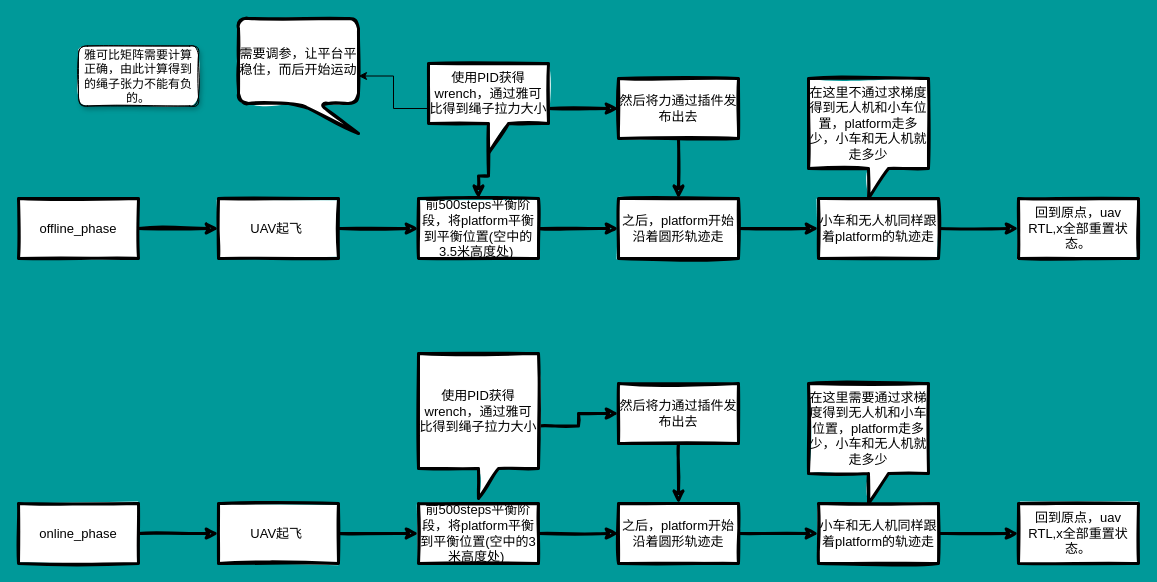
CHH3213/diagrams_flow-chart keeps this draw.io diagram as plan_cdpr.drawio. Above is the earlier version. Source tidied: cells renumbered, new cells numbered last; positions are measured from the earlier drawing's top-left corner, leaving out a move shared by most shapes. Both pictures are drawn from the tidied source at 100%, with x=0, y=0 at pixel (18, 18).
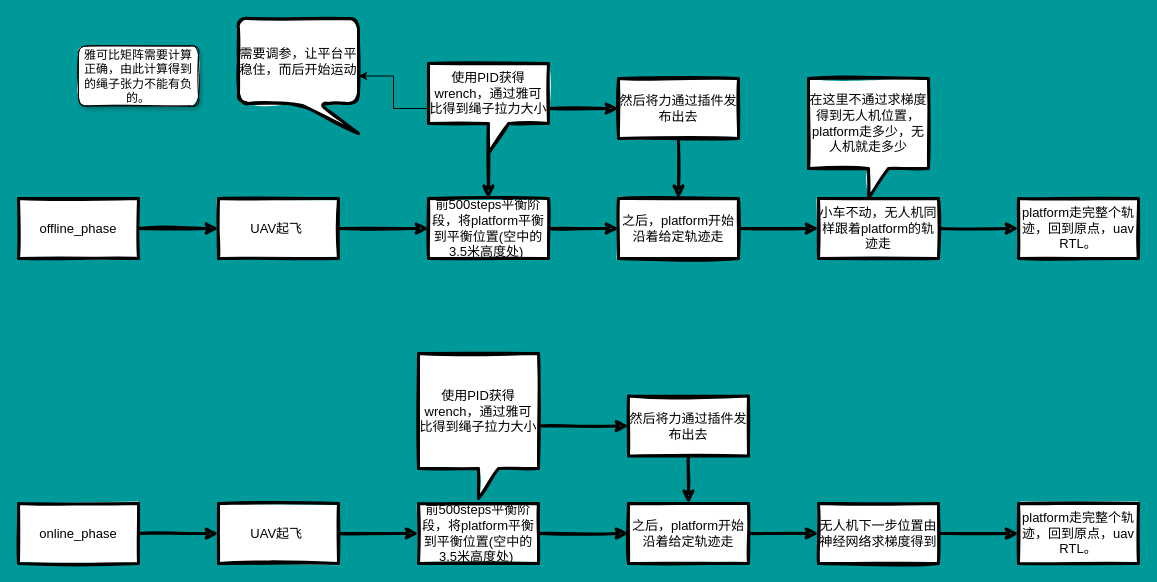
After the change.

Diff of the diagram source:
```diff
@@
     <mxCell id="7" value="前500steps平衡阶段，将platform平衡到平衡位置(空中的3.5米高度处)&lt;span style=&quot;white-space: pre ; font-size: 13px&quot;&gt; &lt;/span&gt;" style="whiteSpace=wrap;html=1;sketch=1;strokeWidth=3;fontSize=13;" parent="1" vertex="1">
-      <mxGeometry x="400" y="180" width="120" height="60" as="geometry" />
+      <mxGeometry x="410" y="180" width="120" height="60" as="geometry" />
     </mxCell>
@@
-    <mxCell id="9" value="之后，platform开始沿着圆形轨迹走" style="whiteSpace=wrap;html=1;sketch=1;strokeWidth=3;fontSize=13;" parent="1" vertex="1">
+    <mxCell id="9" value="之后，platform开始沿着给定轨迹走" style="whiteSpace=wrap;html=1;sketch=1;strokeWidth=3;fontSize=13;" parent="1" vertex="1">
       <mxGeometry x="600" y="180" width="120" height="60" as="geometry" />
     </mxCell>
@@
-    <mxCell id="17" value="小车和无人机同样跟着platform的轨迹走" style="whiteSpace=wrap;html=1;sketch=1;strokeWidth=3;fontSize=13;" parent="1" vertex="1">
+    <mxCell id="17" value="小车不动，无人机同样跟着platform的轨迹走" style="whiteSpace=wrap;html=1;sketch=1;strokeWidth=3;fontSize=13;" parent="1" vertex="1">
       <mxGeometry x="800" y="180" width="120" height="60" as="geometry" />
     </mxCell>
-    <mxCell id="18" value="在这里不通过求梯度得到无人机和小车位置，platform走多少，小车和无人机就走多少" style="shape=callout;whiteSpace=wrap;html=1;perimeter=calloutPerimeter;sketch=1;strokeWidth=3;fontSize=13;" parent="1" vertex="1">
+    <mxCell id="18" value="在这里不通过求梯度得到无人机位置，platform走多少，无人机就走多少" style="shape=callout;whiteSpace=wrap;html=1;perimeter=calloutPerimeter;sketch=1;strokeWidth=3;fontSize=13;" parent="1" vertex="1">
       <mxGeometry x="790" y="60" width="120" height="120" as="geometry" />
     </mxCell>
-    <mxCell id="19" value="回到原点，uav RTL,x全部重置状态。" style="whiteSpace=wrap;html=1;sketch=1;strokeWidth=3;fontSize=13;" parent="1" vertex="1">
+    <mxCell id="19" value="platform走完整个轨迹，回到原点，uav RTL。" style="whiteSpace=wrap;html=1;sketch=1;strokeWidth=3;fontSize=13;" parent="1" vertex="1">
       <mxGeometry x="1000" y="180" width="120" height="60" as="geometry" />
     </mxCell>
@@
-    <mxCell id="25" value="前500steps平衡阶段，将platform平衡到平衡位置(空中的3米高度处)&lt;span style=&quot;white-space: pre; font-size: 13px;&quot;&gt; &lt;/span&gt;" style="whiteSpace=wrap;html=1;sketch=1;strokeWidth=3;fontSize=13;" parent="1" vertex="1">
+    <mxCell id="25" value="前500steps平衡阶段，将platform平衡到平衡位置(空中的3.5米高度处)&lt;span style=&quot;white-space: pre ; font-size: 13px&quot;&gt; &lt;/span&gt;" style="whiteSpace=wrap;html=1;sketch=1;strokeWidth=3;fontSize=13;" parent="1" vertex="1">
       <mxGeometry x="400" y="485" width="120" height="60" as="geometry" />
     </mxCell>
@@
-    <mxCell id="27" value="之后，platform开始沿着圆形轨迹走" style="whiteSpace=wrap;html=1;sketch=1;strokeWidth=3;fontSize=13;" parent="1" vertex="1">
-      <mxGeometry x="600" y="485" width="120" height="60" as="geometry" />
+    <mxCell id="27" value="之后，platform开始沿着给定轨迹走" style="whiteSpace=wrap;html=1;sketch=1;strokeWidth=3;fontSize=13;" parent="1" vertex="1">
+      <mxGeometry x="610" y="485" width="120" height="60" as="geometry" />
     </mxCell>
@@
     <mxCell id="31" value="然后将力通过插件发布出去" style="whiteSpace=wrap;html=1;sketch=1;strokeWidth=3;fontSize=13;" parent="1" vertex="1">
-      <mxGeometry x="600" y="365" width="120" height="60" as="geometry" />
+      <mxGeometry x="610" y="377.5" width="120" height="60" as="geometry" />
     </mxCell>
@@
-    <mxCell id="33" value="小车和无人机同样跟着platform的轨迹走" style="whiteSpace=wrap;html=1;sketch=1;strokeWidth=3;fontSize=13;" parent="1" vertex="1">
+    <mxCell id="33" value="无人机下一步位置由神经网络求梯度得到" style="whiteSpace=wrap;html=1;sketch=1;strokeWidth=3;fontSize=13;" parent="1" vertex="1">
       <mxGeometry x="800" y="485" width="120" height="60" as="geometry" />
     </mxCell>
-    <mxCell id="34" value="在这里需要通过求梯度得到无人机和小车位置，platform走多少，小车和无人机就走多少" style="shape=callout;whiteSpace=wrap;html=1;perimeter=calloutPerimeter;sketch=1;strokeWidth=3;fontSize=13;" parent="1" vertex="1">
-      <mxGeometry x="790" y="365" width="120" height="120" as="geometry" />
-    </mxCell>
-    <mxCell id="35" value="回到原点，uav RTL,x全部重置状态。" style="whiteSpace=wrap;html=1;sketch=1;strokeWidth=3;fontSize=13;" parent="1" vertex="1">
+    <mxCell id="35" value="platform走完整个轨迹，回到原点，uav RTL。" style="whiteSpace=wrap;html=1;sketch=1;strokeWidth=3;fontSize=13;" parent="1" vertex="1">
       <mxGeometry x="1000" y="485" width="120" height="60" as="geometry" />
     </mxCell>
```
